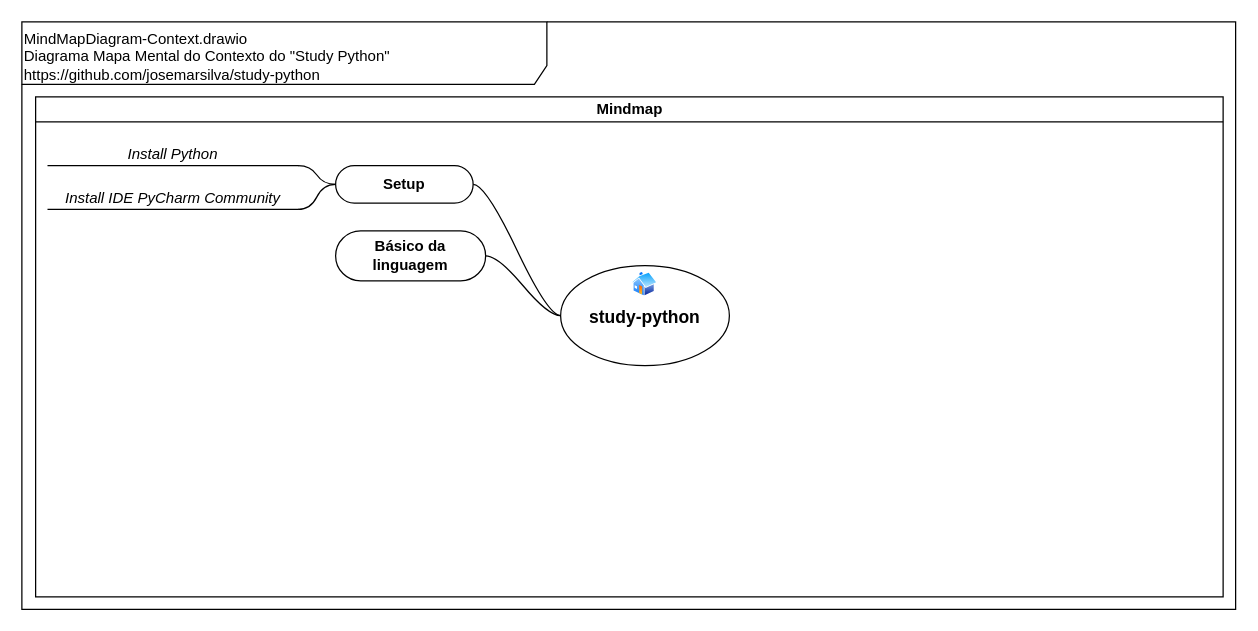
josemarsilva/study-python keeps this draw.io diagram as doc/mind-maps/MindMapDiagram-Context.drawio. Above is the earlier version. Source tidied: cells renumbered, new cells numbered last; positions are measured from the earlier drawing's top-left corner, leaving out a move shared by most shapes. Both pictures are drawn from the tidied source at 125%, with x=0, y=0 at pixel (21, 21).
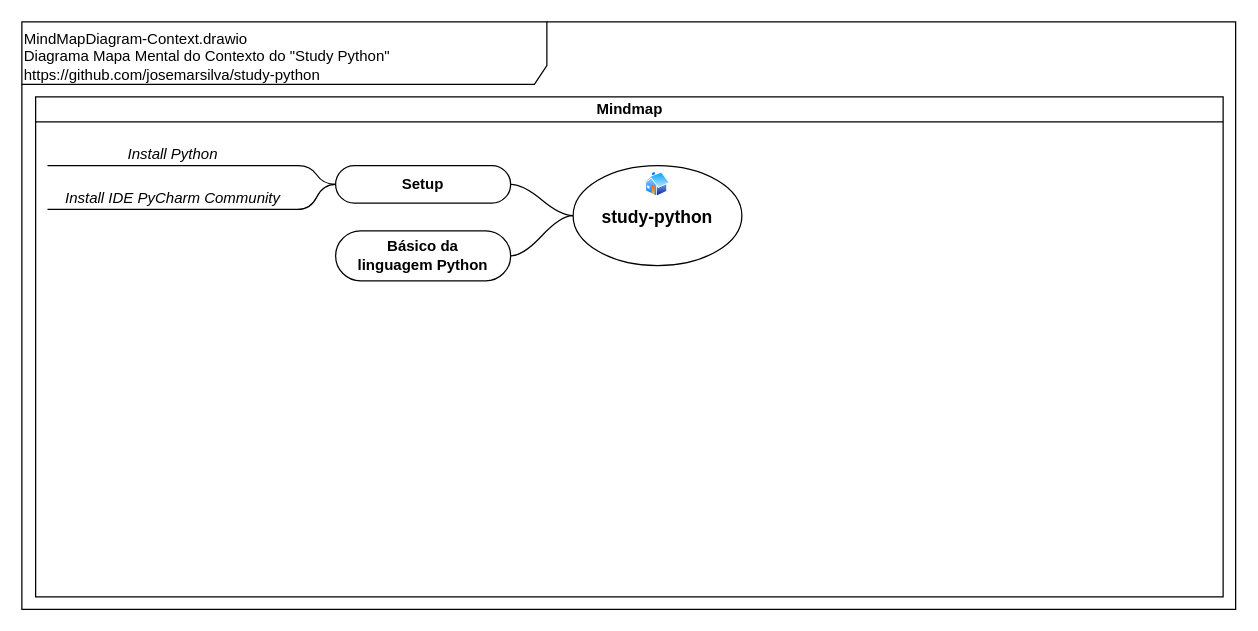
After the change.

Diff of the diagram source:
```diff
@@
 <mxGraphModel>
   <root>
     <mxCell id="0" />
     <mxCell id="1" parent="0" />
     <mxCell id="2" value="&lt;div&gt;&lt;/div&gt;MindMapDiagram-Context.drawio&lt;br&gt;Diagrama Mapa Mental do Contexto do &quot;Study Python&quot;&lt;br&gt;https://github.com/josemarsilva/study-python" style="shape=umlFrame;whiteSpace=wrap;html=1;width=420;height=50;verticalAlign=top;align=left;" parent="1" vertex="1">
       <mxGeometry width="971" height="470" as="geometry" />
     </mxCell>
     <mxCell id="3" value="Mindmap" style="swimlane;html=1;startSize=20;horizontal=1;containerType=tree;" parent="1" vertex="1">
       <mxGeometry x="11" y="60" width="950" height="400" as="geometry" />
     </mxCell>
     <mxCell id="4" value="Install Python" style="whiteSpace=wrap;html=1;shape=partialRectangle;top=0;left=0;bottom=1;right=0;points=[[0,1],[1,1]];fillColor=none;align=center;verticalAlign=bottom;routingCenterY=0.5;snapToPoint=1;newEdgeStyle={&quot;edgeStyle&quot;:&quot;entityRelationEdgeStyle&quot;,&quot;startArrow&quot;:&quot;none&quot;,&quot;endArrow&quot;:&quot;none&quot;,&quot;segment&quot;:10,&quot;curved&quot;:1};fontStyle=2;" parent="3" vertex="1">
       <mxGeometry x="10" y="35" width="200" height="20" as="geometry" />
     </mxCell>
     <mxCell id="5" value="&lt;font style=&quot;font-size: 14px&quot;&gt;study-python&lt;/font&gt;" style="ellipse;whiteSpace=wrap;html=1;align=center;newEdgeStyle={&quot;edgeStyle&quot;:&quot;entityRelationEdgeStyle&quot;,&quot;startArrow&quot;:&quot;none&quot;,&quot;endArrow&quot;:&quot;none&quot;,&quot;segment&quot;:10,&quot;curved&quot;:1};fontStyle=1;fontSize=18;" parent="3" vertex="1">
-      <mxGeometry x="420" y="135" width="135" height="80" as="geometry" />
+      <mxGeometry x="430" y="55" width="135" height="80" as="geometry" />
     </mxCell>
     <mxCell id="6" style="perimeter=ellipsePerimeter;html=1;align=center;shadow=0;dashed=0;spacingTop=3;image;image=img/lib/active_directory/home.svg;fontSize=18;" parent="3" vertex="1">
-      <mxGeometry x="477.2" y="140" width="20.6" height="20" as="geometry" />
+      <mxGeometry x="487.2" y="60" width="20.6" height="20" as="geometry" />
     </mxCell>
     <mxCell id="7" style="edgeStyle=entityRelationEdgeStyle;startArrow=none;endArrow=none;segment=10;curved=1;" parent="1" edge="1" source="5" target="9">
       <mxGeometry relative="1" as="geometry" />
     </mxCell>
     <mxCell id="8" style="edgeStyle=entityRelationEdgeStyle;startArrow=none;endArrow=none;segment=10;curved=1;exitX=0;exitY=0.5;exitDx=0;exitDy=0;entryX=1;entryY=0.5;entryDx=0;entryDy=0;" parent="1" edge="1" source="5" target="10">
       <mxGeometry relative="1" as="geometry" />
     </mxCell>
-    <mxCell id="9" value="Básico da &lt;br&gt;linguagem" style="whiteSpace=wrap;html=1;rounded=1;arcSize=50;align=center;verticalAlign=middle;strokeWidth=1;spacing=4;newEdgeStyle={&quot;edgeStyle&quot;:&quot;entityRelationEdgeStyle&quot;,&quot;startArrow&quot;:&quot;none&quot;,&quot;endArrow&quot;:&quot;none&quot;,&quot;segment&quot;:10,&quot;curved&quot;:1};fontStyle=1;" parent="1" vertex="1">
-      <mxGeometry x="251" y="167.2" width="120" height="40" as="geometry" />
+    <mxCell id="9" value="Básico da &lt;br&gt;linguagem Python" style="whiteSpace=wrap;html=1;rounded=1;arcSize=50;align=center;verticalAlign=middle;strokeWidth=1;spacing=4;newEdgeStyle={&quot;edgeStyle&quot;:&quot;entityRelationEdgeStyle&quot;,&quot;startArrow&quot;:&quot;none&quot;,&quot;endArrow&quot;:&quot;none&quot;,&quot;segment&quot;:10,&quot;curved&quot;:1};fontStyle=1;" parent="1" vertex="1">
+      <mxGeometry x="251" y="167.2" width="140" height="40" as="geometry" />
     </mxCell>
     <mxCell id="10" value="Setup" style="whiteSpace=wrap;html=1;rounded=1;arcSize=50;align=center;verticalAlign=middle;strokeWidth=1;spacing=4;newEdgeStyle={&quot;edgeStyle&quot;:&quot;entityRelationEdgeStyle&quot;,&quot;startArrow&quot;:&quot;none&quot;,&quot;endArrow&quot;:&quot;none&quot;,&quot;segment&quot;:10,&quot;curved&quot;:1};fontStyle=1;" parent="1" vertex="1">
-      <mxGeometry x="251" y="115" width="110" height="30" as="geometry" />
+      <mxGeometry x="251" y="115" width="140" height="30" as="geometry" />
     </mxCell>
     <mxCell id="11" style="edgeStyle=entityRelationEdgeStyle;startArrow=none;endArrow=none;segment=10;curved=1;exitX=0;exitY=0.5;exitDx=0;exitDy=0;" parent="1" edge="1" source="10" target="4">
       <mxGeometry relative="1" as="geometry" />
     </mxCell>
     <mxCell id="12" value="Install IDE PyCharm Community" style="whiteSpace=wrap;html=1;shape=partialRectangle;top=0;left=0;bottom=1;right=0;points=[[0,1],[1,1]];fillColor=none;align=center;verticalAlign=bottom;routingCenterY=0.5;snapToPoint=1;newEdgeStyle={&quot;edgeStyle&quot;:&quot;entityRelationEdgeStyle&quot;,&quot;startArrow&quot;:&quot;none&quot;,&quot;endArrow&quot;:&quot;none&quot;,&quot;segment&quot;:10,&quot;curved&quot;:1};fontStyle=2;" parent="1" vertex="1">
       <mxGeometry x="21" y="130" width="200" height="20" as="geometry" />
     </mxCell>
     <mxCell id="13" style="edgeStyle=entityRelationEdgeStyle;startArrow=none;endArrow=none;segment=10;curved=1;exitX=0;exitY=0.5;exitDx=0;exitDy=0;" parent="1" edge="1" source="10" target="12">
       <mxGeometry relative="1" as="geometry" />
     </mxCell>
   </root>
 </mxGraphModel>
```
